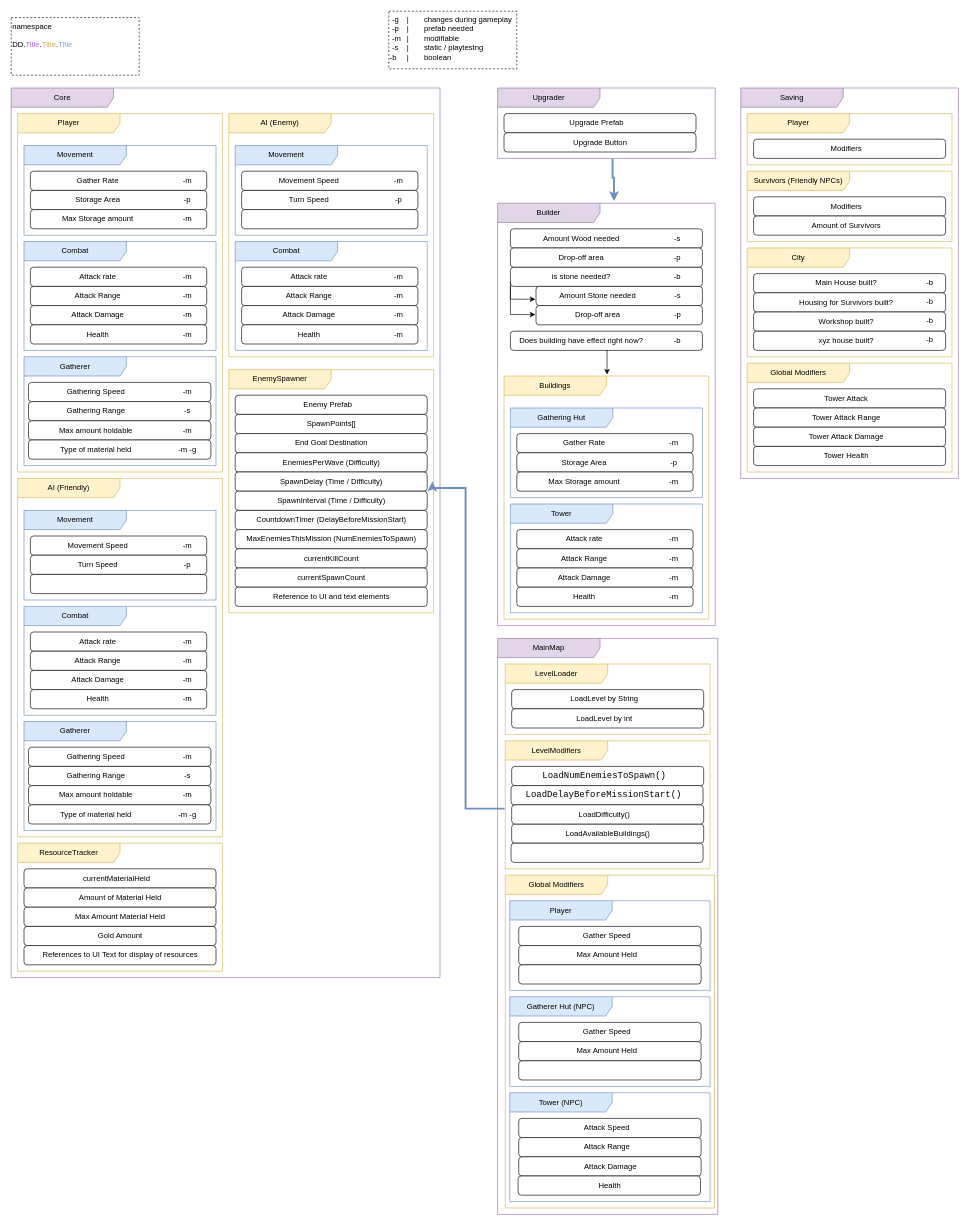
Above: Untitled Diagram.drawio in LacrimaGames/digital-demon-prologue (draw.io), before the change. Source tidied: cells renumbered, new cells numbered last; positions are measured from the earlier drawing's top-left corner, leaving out a move shared by most shapes. Both pictures are drawn from the tidied source at 64%, with x=0, y=0 at pixel (11, 11).
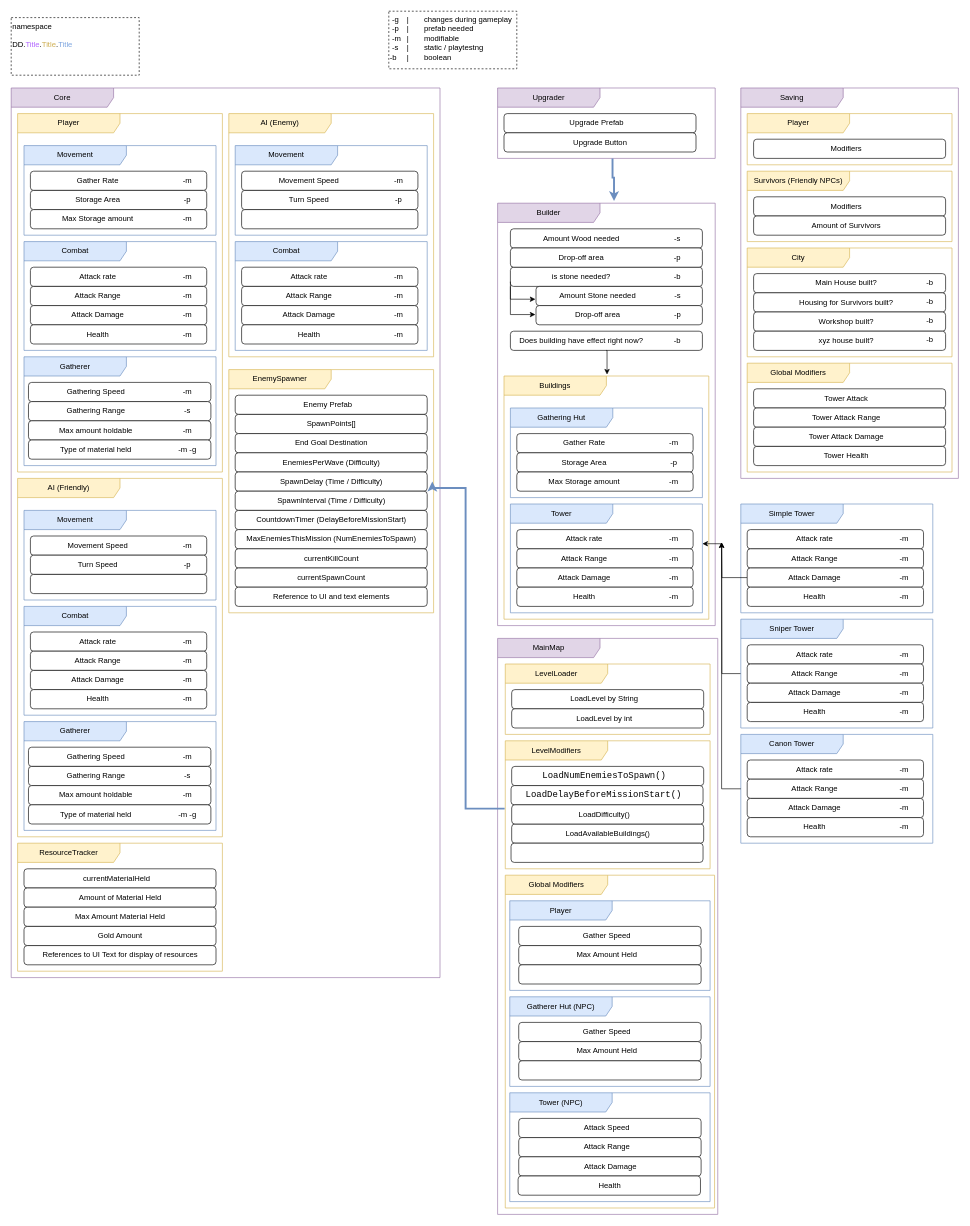
The same diagram, later.

Unchanged cells that the change refers to:
```xml
<mxCell id="48" value="Tower" style="shape=umlFrame;whiteSpace=wrap;html=1;width=160;fillColor=#dae8fc;strokeColor=#6c8ebf;" parent="30" vertex="1">
  <mxGeometry x="10" y="200" width="300" height="170" as="geometry" />
</mxCell>
```

What changed in the source:
```diff
@@
+    <mxCell id="366" value="&lt;div&gt;Simple Tower&lt;/div&gt;" style="shape=umlFrame;whiteSpace=wrap;html=1;width=160;fillColor=#dae8fc;strokeColor=#6c8ebf;" parent="1" vertex="1">
+      <mxGeometry x="1140" y="770" width="300" height="170" as="geometry" />
+    </mxCell>
+    <mxCell id="367" style="edgeStyle=orthogonalEdgeStyle;rounded=0;orthogonalLoop=1;jettySize=auto;html=1;exitX=0;exitY=1;exitDx=0;exitDy=0;entryX=-0.005;entryY=0.667;entryDx=0;entryDy=0;entryPerimeter=0;" parent="366" edge="1">
+      <mxGeometry relative="1" as="geometry">
+        <mxPoint x="20" y="130" as="sourcePoint" />
+      </mxGeometry>
+    </mxCell>
+    <mxCell id="368" style="edgeStyle=orthogonalEdgeStyle;rounded=0;orthogonalLoop=1;jettySize=auto;html=1;exitX=0;exitY=0.75;exitDx=0;exitDy=0;entryX=-0.005;entryY=0.467;entryDx=0;entryDy=0;entryPerimeter=0;" parent="366" edge="1">
+      <mxGeometry relative="1" as="geometry">
+        <mxPoint x="20" y="122.5" as="sourcePoint" />
+        <Array as="points">
+          <mxPoint x="20" y="174" />
+        </Array>
+      </mxGeometry>
+    </mxCell>
+    <mxCell id="369" style="group;" parent="366" vertex="1">
+      <mxGeometry x="10" y="40" width="285" height="30" as="geometry" />
+    </mxCell>
+    <mxCell id="370" style="rounded=1;absoluteArcSize=1;html=1;arcSize=10;" parent="369" vertex="1">
+      <mxGeometry width="275.5" height="30" as="geometry" />
+    </mxCell>
+    <mxCell id="371" value="Attack rate" style="html=1;shape=mxgraph.er.anchor;whiteSpace=wrap;" parent="369" vertex="1">
+      <mxGeometry width="211.3" height="30" as="geometry" />
+    </mxCell>
+    <mxCell id="372" value="-m" style="rounded=1;absoluteArcSize=1;html=1;arcSize=10;whiteSpace=wrap;strokeColor=inherit;fillColor=inherit;" parent="369" vertex="1">
+      <mxGeometry x="221.4" y="1.5" width="49.1" height="27" as="geometry" />
+    </mxCell>
+    <mxCell id="373" style="group;" parent="366" vertex="1">
+      <mxGeometry x="10" y="70" width="285" height="30" as="geometry" />
+    </mxCell>
+    <mxCell id="374" style="rounded=1;absoluteArcSize=1;html=1;arcSize=10;" parent="373" vertex="1">
+      <mxGeometry width="275.5" height="30" as="geometry" />
+    </mxCell>
+    <mxCell id="375" value="Attack Range" style="html=1;shape=mxgraph.er.anchor;whiteSpace=wrap;" parent="373" vertex="1">
+      <mxGeometry width="211.3" height="30" as="geometry" />
+    </mxCell>
+    <mxCell id="376" value="-m" style="rounded=1;absoluteArcSize=1;html=1;arcSize=10;whiteSpace=wrap;strokeColor=inherit;fillColor=inherit;" parent="373" vertex="1">
+      <mxGeometry x="221.4" y="1.5" width="49.1" height="27" as="geometry" />
+    </mxCell>
+    <mxCell id="377" style="group;" parent="366" vertex="1">
+      <mxGeometry x="10" y="100" width="285" height="30" as="geometry" />
+    </mxCell>
+    <mxCell id="378" style="edgeStyle=orthogonalEdgeStyle;rounded=0;jettySize=auto;html=1;" parent="377" edge="1" source="379">
+      <mxGeometry relative="1" as="geometry">
+        <mxPoint x="-40" y="-40" as="targetPoint" />
+      </mxGeometry>
+    </mxCell>
+    <mxCell id="379" style="rounded=1;absoluteArcSize=1;html=1;arcSize=10;" parent="377" vertex="1">
+      <mxGeometry width="275.5" height="30" as="geometry" />
+    </mxCell>
+    <mxCell id="380" value="Attack Damage" style="html=1;shape=mxgraph.er.anchor;whiteSpace=wrap;" parent="377" vertex="1">
+      <mxGeometry width="211.3" height="30" as="geometry" />
+    </mxCell>
+    <mxCell id="381" value="-m" style="rounded=1;absoluteArcSize=1;html=1;arcSize=10;whiteSpace=wrap;strokeColor=inherit;fillColor=inherit;" parent="377" vertex="1">
+      <mxGeometry x="221.4" y="1.5" width="49.1" height="27" as="geometry" />
+    </mxCell>
+    <mxCell id="382" style="group;" parent="366" vertex="1">
+      <mxGeometry x="10" y="130" width="285" height="30" as="geometry" />
+    </mxCell>
+    <mxCell id="383" style="rounded=1;absoluteArcSize=1;html=1;arcSize=10;" parent="382" vertex="1">
+      <mxGeometry width="275.5" height="30" as="geometry" />
+    </mxCell>
+    <mxCell id="384" value="Health" style="html=1;shape=mxgraph.er.anchor;whiteSpace=wrap;" parent="382" vertex="1">
+      <mxGeometry width="211.3" height="30" as="geometry" />
+    </mxCell>
+    <mxCell id="385" value="-m" style="rounded=1;absoluteArcSize=1;html=1;arcSize=10;whiteSpace=wrap;strokeColor=inherit;fillColor=inherit;" parent="382" vertex="1">
+      <mxGeometry x="221.4" y="1.5" width="49.1" height="27" as="geometry" />
+    </mxCell>
+    <mxCell id="386" style="edgeStyle=orthogonalEdgeStyle;rounded=0;jettySize=auto;html=1;" parent="1" edge="1" source="387">
+      <mxGeometry relative="1" as="geometry">
+        <mxPoint x="1110" y="830" as="targetPoint" />
+      </mxGeometry>
+    </mxCell>
+    <mxCell id="387" value="Sniper Tower" style="shape=umlFrame;whiteSpace=wrap;html=1;width=160;fillColor=#dae8fc;strokeColor=#6c8ebf;" parent="1" vertex="1">
+      <mxGeometry x="1140" y="950" width="300" height="170" as="geometry" />
+    </mxCell>
+    <mxCell id="388" style="edgeStyle=orthogonalEdgeStyle;rounded=0;orthogonalLoop=1;jettySize=auto;html=1;exitX=0;exitY=1;exitDx=0;exitDy=0;entryX=-0.005;entryY=0.667;entryDx=0;entryDy=0;entryPerimeter=0;" parent="387" edge="1">
+      <mxGeometry relative="1" as="geometry">
+        <mxPoint x="20" y="130" as="sourcePoint" />
+      </mxGeometry>
+    </mxCell>
+    <mxCell id="389" style="edgeStyle=orthogonalEdgeStyle;rounded=0;orthogonalLoop=1;jettySize=auto;html=1;exitX=0;exitY=0.75;exitDx=0;exitDy=0;entryX=-0.005;entryY=0.467;entryDx=0;entryDy=0;entryPerimeter=0;" parent="387" edge="1">
+      <mxGeometry relative="1" as="geometry">
+        <mxPoint x="20" y="122.5" as="sourcePoint" />
+        <Array as="points">
+          <mxPoint x="20" y="174" />
+        </Array>
+      </mxGeometry>
+    </mxCell>
+    <mxCell id="390" style="group;" parent="387" vertex="1">
+      <mxGeometry x="10" y="40" width="285" height="30" as="geometry" />
+    </mxCell>
+    <mxCell id="391" style="rounded=1;absoluteArcSize=1;html=1;arcSize=10;" parent="390" vertex="1">
+      <mxGeometry width="275.5" height="30" as="geometry" />
+    </mxCell>
+    <mxCell id="392" value="Attack rate" style="html=1;shape=mxgraph.er.anchor;whiteSpace=wrap;" parent="390" vertex="1">
+      <mxGeometry width="211.3" height="30" as="geometry" />
+    </mxCell>
+    <mxCell id="393" value="-m" style="rounded=1;absoluteArcSize=1;html=1;arcSize=10;whiteSpace=wrap;strokeColor=inherit;fillColor=inherit;" parent="390" vertex="1">
+      <mxGeometry x="221.4" y="1.5" width="49.1" height="27" as="geometry" />
+    </mxCell>
+    <mxCell id="394" style="group;" parent="387" vertex="1">
+      <mxGeometry x="10" y="70" width="285" height="30" as="geometry" />
+    </mxCell>
+    <mxCell id="395" style="rounded=1;absoluteArcSize=1;html=1;arcSize=10;" parent="394" vertex="1">
+      <mxGeometry width="275.5" height="30" as="geometry" />
+    </mxCell>
+    <mxCell id="396" value="Attack Range" style="html=1;shape=mxgraph.er.anchor;whiteSpace=wrap;" parent="394" vertex="1">
+      <mxGeometry width="211.3" height="30" as="geometry" />
+    </mxCell>
+    <mxCell id="397" value="-m" style="rounded=1;absoluteArcSize=1;html=1;arcSize=10;whiteSpace=wrap;strokeColor=inherit;fillColor=inherit;" parent="394" vertex="1">
+      <mxGeometry x="221.4" y="1.5" width="49.1" height="27" as="geometry" />
+    </mxCell>
+    <mxCell id="398" style="group;" parent="387" vertex="1">
+      <mxGeometry x="10" y="100" width="285" height="30" as="geometry" />
+    </mxCell>
+    <mxCell id="399" style="rounded=1;absoluteArcSize=1;html=1;arcSize=10;" parent="398" vertex="1">
+      <mxGeometry width="275.5" height="30" as="geometry" />
+    </mxCell>
+    <mxCell id="400" value="Attack Damage" style="html=1;shape=mxgraph.er.anchor;whiteSpace=wrap;" parent="398" vertex="1">
+      <mxGeometry width="211.3" height="30" as="geometry" />
+    </mxCell>
+    <mxCell id="401" value="-m" style="rounded=1;absoluteArcSize=1;html=1;arcSize=10;whiteSpace=wrap;strokeColor=inherit;fillColor=inherit;" parent="398" vertex="1">
+      <mxGeometry x="221.4" y="1.5" width="49.1" height="27" as="geometry" />
+    </mxCell>
+    <mxCell id="402" style="group;" parent="387" vertex="1">
+      <mxGeometry x="10" y="130" width="285" height="30" as="geometry" />
+    </mxCell>
+    <mxCell id="403" style="rounded=1;absoluteArcSize=1;html=1;arcSize=10;" parent="402" vertex="1">
+      <mxGeometry width="275.5" height="30" as="geometry" />
+    </mxCell>
+    <mxCell id="404" value="Health" style="html=1;shape=mxgraph.er.anchor;whiteSpace=wrap;" parent="402" vertex="1">
+      <mxGeometry width="211.3" height="30" as="geometry" />
+    </mxCell>
+    <mxCell id="405" value="-m" style="rounded=1;absoluteArcSize=1;html=1;arcSize=10;whiteSpace=wrap;strokeColor=inherit;fillColor=inherit;" parent="402" vertex="1">
+      <mxGeometry x="221.4" y="1.5" width="49.1" height="27" as="geometry" />
+    </mxCell>
+    <mxCell id="406" value="Canon Tower" style="shape=umlFrame;whiteSpace=wrap;html=1;width=160;fillColor=#dae8fc;strokeColor=#6c8ebf;" parent="1" vertex="1">
+      <mxGeometry x="1140" y="1130" width="300" height="170" as="geometry" />
+    </mxCell>
+    <mxCell id="407" style="edgeStyle=orthogonalEdgeStyle;rounded=0;orthogonalLoop=1;jettySize=auto;html=1;exitX=0;exitY=1;exitDx=0;exitDy=0;entryX=-0.005;entryY=0.667;entryDx=0;entryDy=0;entryPerimeter=0;" parent="406" edge="1">
+      <mxGeometry relative="1" as="geometry">
+        <mxPoint x="20" y="130" as="sourcePoint" />
+      </mxGeometry>
+    </mxCell>
+    <mxCell id="408" style="edgeStyle=orthogonalEdgeStyle;rounded=0;orthogonalLoop=1;jettySize=auto;html=1;exitX=0;exitY=0.75;exitDx=0;exitDy=0;entryX=-0.005;entryY=0.467;entryDx=0;entryDy=0;entryPerimeter=0;" parent="406" edge="1">
+      <mxGeometry relative="1" as="geometry">
+        <mxPoint x="20" y="122.5" as="sourcePoint" />
+        <Array as="points">
+          <mxPoint x="20" y="174" />
+        </Array>
+      </mxGeometry>
+    </mxCell>
+    <mxCell id="409" style="group;" parent="406" vertex="1">
+      <mxGeometry x="10" y="40" width="285" height="30" as="geometry" />
+    </mxCell>
+    <mxCell id="410" style="rounded=1;absoluteArcSize=1;html=1;arcSize=10;" parent="409" vertex="1">
+      <mxGeometry width="275.5" height="30" as="geometry" />
+    </mxCell>
+    <mxCell id="411" value="Attack rate" style="html=1;shape=mxgraph.er.anchor;whiteSpace=wrap;" parent="409" vertex="1">
+      <mxGeometry width="211.3" height="30" as="geometry" />
+    </mxCell>
+    <mxCell id="412" value="-m" style="rounded=1;absoluteArcSize=1;html=1;arcSize=10;whiteSpace=wrap;strokeColor=inherit;fillColor=inherit;" parent="409" vertex="1">
+      <mxGeometry x="221.4" y="1.5" width="49.1" height="27" as="geometry" />
+    </mxCell>
+    <mxCell id="413" style="group;" parent="406" vertex="1">
+      <mxGeometry x="10" y="70" width="285" height="30" as="geometry" />
+    </mxCell>
+    <mxCell id="414" style="rounded=1;absoluteArcSize=1;html=1;arcSize=10;" parent="413" vertex="1">
+      <mxGeometry width="275.5" height="30" as="geometry" />
+    </mxCell>
+    <mxCell id="415" value="Attack Range" style="html=1;shape=mxgraph.er.anchor;whiteSpace=wrap;" parent="413" vertex="1">
+      <mxGeometry width="211.3" height="30" as="geometry" />
+    </mxCell>
+    <mxCell id="416" value="-m" style="rounded=1;absoluteArcSize=1;html=1;arcSize=10;whiteSpace=wrap;strokeColor=inherit;fillColor=inherit;" parent="413" vertex="1">
+      <mxGeometry x="221.4" y="1.5" width="49.1" height="27" as="geometry" />
+    </mxCell>
+    <mxCell id="417" style="group;" parent="406" vertex="1">
+      <mxGeometry x="10" y="100" width="285" height="30" as="geometry" />
+    </mxCell>
+    <mxCell id="418" style="rounded=1;absoluteArcSize=1;html=1;arcSize=10;" parent="417" vertex="1">
+      <mxGeometry width="275.5" height="30" as="geometry" />
+    </mxCell>
+    <mxCell id="419" value="Attack Damage" style="html=1;shape=mxgraph.er.anchor;whiteSpace=wrap;" parent="417" vertex="1">
+      <mxGeometry width="211.3" height="30" as="geometry" />
+    </mxCell>
+    <mxCell id="420" value="-m" style="rounded=1;absoluteArcSize=1;html=1;arcSize=10;whiteSpace=wrap;strokeColor=inherit;fillColor=inherit;" parent="417" vertex="1">
+      <mxGeometry x="221.4" y="1.5" width="49.1" height="27" as="geometry" />
+    </mxCell>
+    <mxCell id="421" style="group;" parent="406" vertex="1">
+      <mxGeometry x="10" y="130" width="285" height="30" as="geometry" />
+    </mxCell>
+    <mxCell id="422" style="rounded=1;absoluteArcSize=1;html=1;arcSize=10;" parent="421" vertex="1">
+      <mxGeometry width="275.5" height="30" as="geometry" />
+    </mxCell>
+    <mxCell id="423" value="Health" style="html=1;shape=mxgraph.er.anchor;whiteSpace=wrap;" parent="421" vertex="1">
+      <mxGeometry width="211.3" height="30" as="geometry" />
+    </mxCell>
+    <mxCell id="424" value="-m" style="rounded=1;absoluteArcSize=1;html=1;arcSize=10;whiteSpace=wrap;strokeColor=inherit;fillColor=inherit;" parent="421" vertex="1">
+      <mxGeometry x="221.4" y="1.5" width="49.1" height="27" as="geometry" />
+    </mxCell>
+    <mxCell id="425" style="edgeStyle=orthogonalEdgeStyle;rounded=0;jettySize=auto;html=1;entryX=1;entryY=0.365;entryDx=0;entryDy=0;entryPerimeter=0;" parent="1" edge="1" source="406" target="48">
+      <mxGeometry relative="1" as="geometry" />
+    </mxCell>
```
